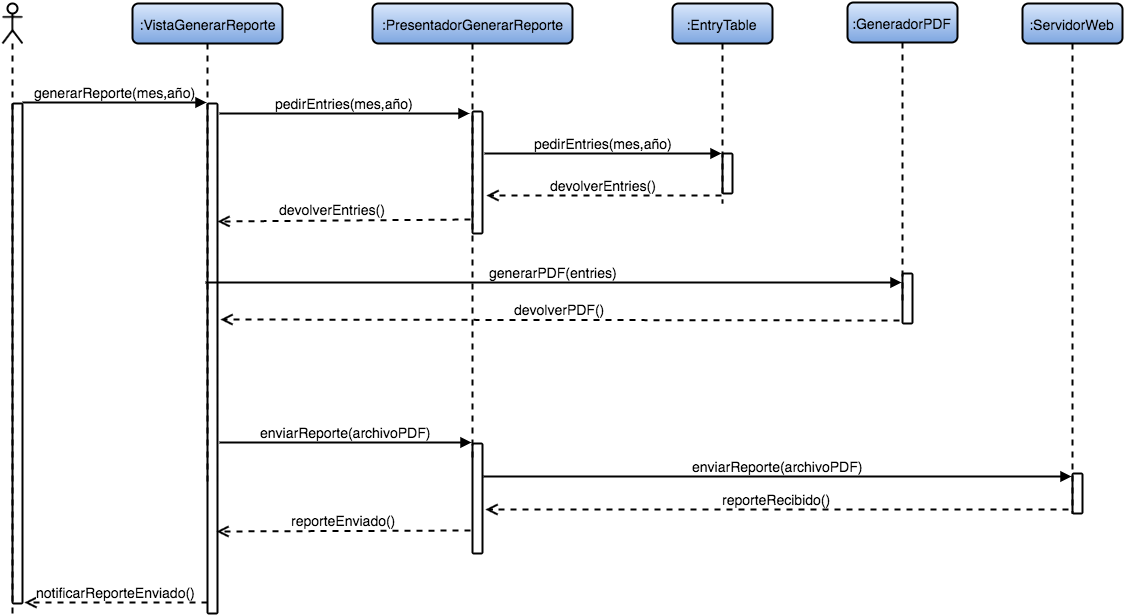
The draw.io diagram imagenes/secuencia_generar_reporte.png in susana1710/libro-pasantia, before a commit. Source tidied: cells renumbered, new cells last; positions are measured from the earlier drawing's top-left corner, leaving out a move shared by most shapes.
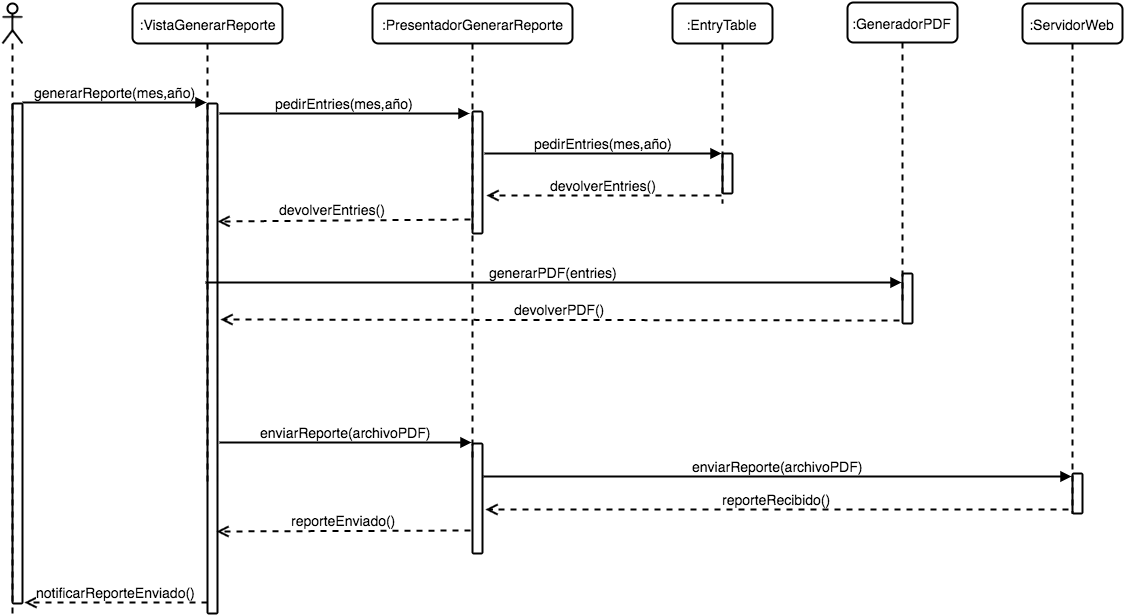
After the commit.

Diff of the diagram source:
```diff
@@ -5,7 +5,7 @@
     <mxCell id="2" style="shape=umlLifeline;participant=umlActor;perimeter=lifelinePerimeter;whiteSpace=wrap;html=1;verticalAlign=top;spacingTop=36;labelBackgroundColor=#ffffff;rounded=1;shadow=0;glass=0;comic=0;strokeWidth=2;fillColor=none;fontSize=14;" parent="1" vertex="1">
       <mxGeometry y="1" width="20" height="610" as="geometry" />
     </mxCell>
-    <mxCell id="3" value=":VistaGenerarReporte" style="shape=umlLifeline;perimeter=lifelinePerimeter;whiteSpace=wrap;html=1;rounded=1;shadow=0;glass=0;comic=0;strokeWidth=2;fontSize=14;plain-blue;strokeColor=#000000;" parent="1" vertex="1">
+    <mxCell id="3" value=":VistaGenerarReporte" style="shape=umlLifeline;perimeter=lifelinePerimeter;whiteSpace=wrap;html=1;rounded=1;shadow=0;glass=0;comic=0;strokeWidth=2;fontSize=14;strokeColor=#000000;fillColor=#ffffff;" parent="1" vertex="1">
       <mxGeometry x="130" y="1" width="150" height="480" as="geometry" />
     </mxCell>
     <mxCell id="4" value="generarReporte(mes,año)" style="html=1;verticalAlign=bottom;endArrow=block;strokeWidth=2;fontSize=14;" parent="1" edge="1">
@@ -17,7 +17,7 @@
     <mxCell id="5" style="html=1;points=[];perimeter=orthogonalPerimeter;rounded=1;shadow=0;glass=0;comic=0;strokeWidth=2;fillColor=none;fontSize=14;" parent="1" vertex="1">
       <mxGeometry x="205" y="101" width="10" height="510" as="geometry" />
     </mxCell>
-    <mxCell id="6" value=":PresentadorGenerarReporte" style="shape=umlLifeline;perimeter=lifelinePerimeter;whiteSpace=wrap;html=1;rounded=1;shadow=0;glass=0;comic=0;strokeWidth=2;fontSize=14;plain-blue;strokeColor=#000000;" parent="1" vertex="1">
+    <mxCell id="6" value=":PresentadorGenerarReporte" style="shape=umlLifeline;perimeter=lifelinePerimeter;whiteSpace=wrap;html=1;rounded=1;shadow=0;glass=0;comic=0;strokeWidth=2;fontSize=14;strokeColor=#000000;fillColor=#ffffff;" parent="1" vertex="1">
       <mxGeometry x="370" y="1" width="200" height="460" as="geometry" />
     </mxCell>
     <mxCell id="7" style="html=1;points=[];perimeter=orthogonalPerimeter;rounded=1;shadow=0;glass=0;comic=0;strokeWidth=2;fillColor=none;fontSize=14;" parent="6" vertex="1">
@@ -35,7 +35,7 @@
         <mxPoint x="215" y="219" as="targetPoint" />
       </mxGeometry>
     </mxCell>
-    <mxCell id="10" value=":EntryTable" style="shape=umlLifeline;perimeter=lifelinePerimeter;whiteSpace=wrap;html=1;outlineConnect=0;rounded=1;shadow=0;glass=0;comic=0;strokeWidth=2;fontSize=14;plain-blue;strokeColor=#000000;" parent="1" vertex="1">
+    <mxCell id="10" value=":EntryTable" style="shape=umlLifeline;perimeter=lifelinePerimeter;whiteSpace=wrap;html=1;outlineConnect=0;rounded=1;shadow=0;glass=0;comic=0;strokeWidth=2;fontSize=14;strokeColor=#000000;fillColor=#ffffff;" parent="1" vertex="1">
       <mxGeometry x="670" y="1" width="100" height="200" as="geometry" />
     </mxCell>
     <mxCell id="11" value="pedirEntries(mes,año)" style="html=1;verticalAlign=bottom;endArrow=block;strokeWidth=2;fontSize=14;exitX=1.2;exitY=0.344;exitPerimeter=0;" parent="1" edge="1" source="7" target="10">
@@ -44,7 +44,7 @@
     <mxCell id="12" value="devolverEntries()" style="html=1;verticalAlign=bottom;endArrow=open;dashed=1;endSize=8;strokeWidth=2;fontSize=14;entryX=1.4;entryY=0.689;entryPerimeter=0;" parent="1" edge="1" source="10" target="7">
       <mxGeometry relative="1" as="geometry" />
     </mxCell>
-    <mxCell id="13" value=":GeneradorPDF" style="shape=umlLifeline;perimeter=lifelinePerimeter;whiteSpace=wrap;html=1;outlineConnect=0;rounded=1;shadow=0;glass=0;comic=0;strokeWidth=2;fontSize=14;plain-blue;strokeColor=#000000;" parent="1" vertex="1">
+    <mxCell id="13" value=":GeneradorPDF" style="shape=umlLifeline;perimeter=lifelinePerimeter;whiteSpace=wrap;html=1;outlineConnect=0;rounded=1;shadow=0;glass=0;comic=0;strokeWidth=2;fontSize=14;strokeColor=#000000;fillColor=#ffffff;" parent="1" vertex="1">
       <mxGeometry x="845" width="110" height="300" as="geometry" />
     </mxCell>
     <mxCell id="14" style="html=1;perimeter=orthogonalPerimeter;rounded=1;shadow=0;glass=0;comic=0;strokeWidth=2;fillColor=none;fontSize=14;" parent="1" vertex="1">
@@ -70,7 +70,7 @@
     <mxCell id="19" style="html=1;points=[];perimeter=orthogonalPerimeter;rounded=1;shadow=0;glass=0;comic=0;strokeWidth=2;fillColor=none;fontSize=14;" parent="1" vertex="1">
       <mxGeometry x="470" y="441" width="10" height="110" as="geometry" />
     </mxCell>
-    <mxCell id="20" value=":ServidorWeb" style="shape=umlLifeline;perimeter=lifelinePerimeter;whiteSpace=wrap;html=1;rounded=1;shadow=0;glass=0;comic=0;strokeWidth=2;fontSize=14;plain-blue;strokeColor=#000000;" parent="1" vertex="1">
+    <mxCell id="20" value=":ServidorWeb" style="shape=umlLifeline;perimeter=lifelinePerimeter;whiteSpace=wrap;html=1;rounded=1;shadow=0;glass=0;comic=0;strokeWidth=2;fontSize=14;strokeColor=#000000;fillColor=#ffffff;" parent="1" vertex="1">
       <mxGeometry x="1020" y="1" width="100" height="510" as="geometry" />
     </mxCell>
     <mxCell id="21" style="html=1;perimeter=orthogonalPerimeter;rounded=1;shadow=0;glass=0;comic=0;strokeWidth=2;fillColor=none;fontSize=14;" parent="20" vertex="1">
```
